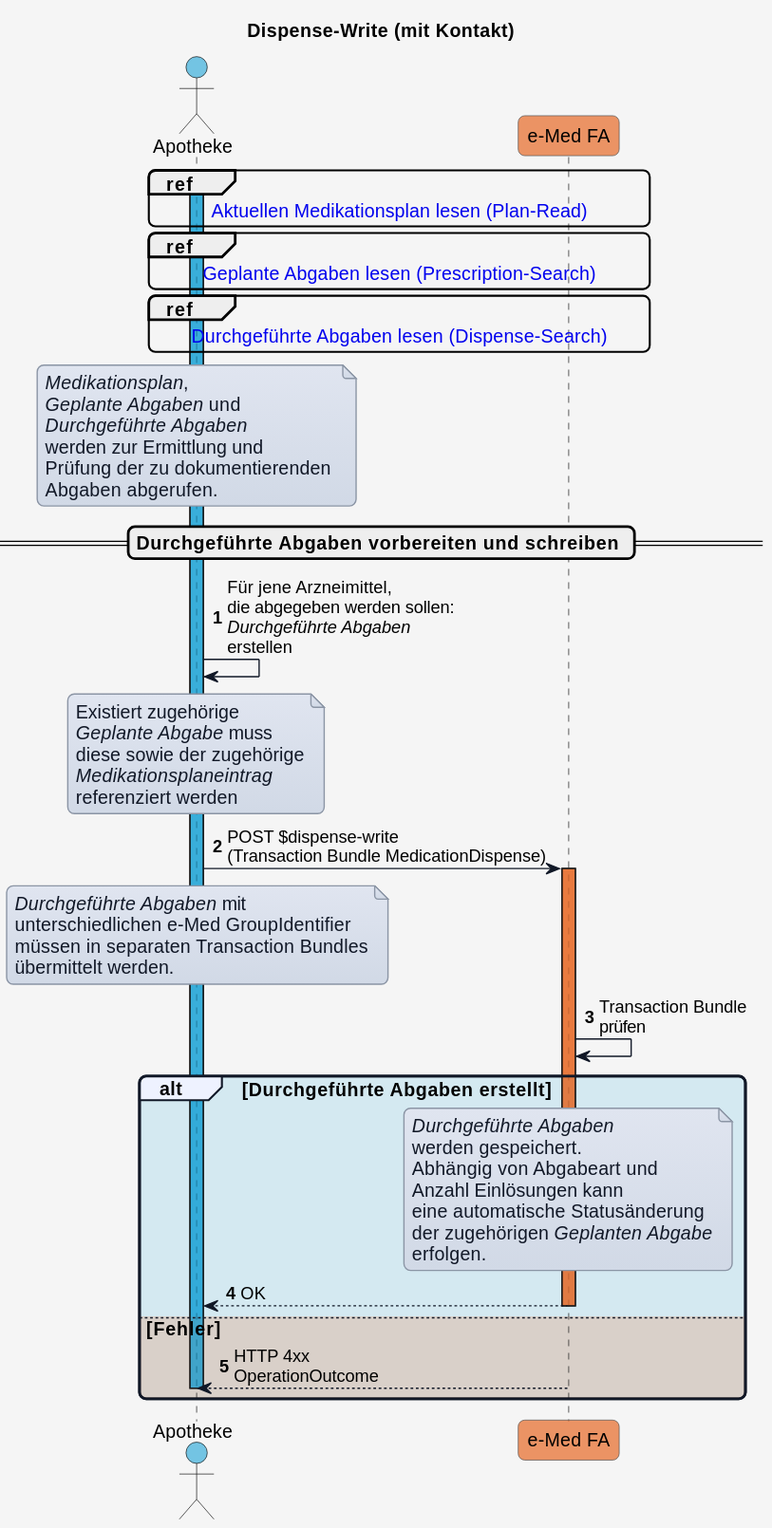
Before: input/images/plantuml/UC_eMed_05_01_a.svg, a diagram exported from PlantUML (HL7Austria/ELGA-e-Medikation-R4). Source of this version:
```plantuml
@startuml
title Dispense-Write (mit Kontakt)


skinparam borderColor #000000
skinparam backgroundColor #f5f5f5
skinparam shadowing false
skinparam roundCorner 10
skinparam defaultFontName "Arial"
skinparam defaultFontSize 14
skinparam defaultFontColor #000000
skinparam HyperlinkColor #0000EE
skinparam HyperlinkUnderline false
skinparam BoxPadding 20
skinparam BoxBorderColor #555555

skinparam note {
  BackgroundColor #e0e5f0-#d1d9e6
  BorderColor #8b95a5
  BorderThickness 1
  RoundCorner 0
  Padding 6
  FontColor #111827
  Shadowing false
}

skinparam sequence {
  ParticipantBorderColor #555555
  ParticipantFontColor #000000
  ParticipantFontSize 14
  ParticipantPadding 20
  ArrowColor #111827
  ArrowThickness 1
  ArrowFontColor #000000
  ArrowFontSize 13
  GroupBorderColor #111827
  GroupBackgroundColor #eef2ff
  GroupBorderThickness 2
}

!define COLOR_GDA_1    #15608280
!define COLOR_GDA_2    #96607D80
!define COLOR_PATIENT  #196B2480
!define COLOR_APO      #0F9ED590
!define COLOR_EMED_FA  #e97232bd
!define COLOR_E_REZEPT #cd3732a9

!define COLOR_OK       #0F9ED525
!define COLOR_ERROR    #E9713235

actor GDA_Apo as "Apotheke" COLOR_APO
participant eMed_FA as "e-Med FA" COLOR_EMED_FA

autonumber


activate GDA_Apo COLOR_APO

ref over GDA_Apo, eMed_FA: [[Sub_UC_eMed_01.html#sub_uc_emed_01_01---aktuellen-medikationsplan-lesen-plan-read Aktuellen Medikationsplan lesen (Plan-Read)]]
ref over GDA_Apo, eMed_FA: [[Sub_UC_eMed_03.html#sub_uc_emed_03_01---geplante-abgaben-lesen-prescription-search Geplante Abgaben lesen (Prescription-Search)]]
ref over GDA_Apo, eMed_FA: [[Sub_UC_eMed_03.html#sub_uc_emed_03_02---durchgeführte-abgaben-lesen-dispense-search Durchgeführte Abgaben lesen (Dispense-Search)]]

note over GDA_Apo
<i>Medikationsplan</i>,
<i>Geplante Abgaben</i> und
<i>Durchgeführte Abgaben</i>
werden zur Ermittlung und
Prüfung der zu dokumentierenden
Abgaben abgerufen.
end note

== Durchgeführte Abgaben vorbereiten und schreiben ==

GDA_Apo -> GDA_Apo: Für jene Arzneimittel,\ndie abgegeben werden sollen:\n<i>Durchgeführte Abgaben</i>\nerstellen

note over GDA_Apo
Existiert zugehörige
<i>Geplante Abgabe</i> muss
diese sowie der zugehörige
<i>Medikationsplaneintrag</i>
referenziert werden
end note

GDA_Apo -> eMed_FA: POST $dispense-write\n(Transaction Bundle MedicationDispense)
activate eMed_FA COLOR_EMED_FA

note over GDA_Apo
<i>Durchgeführte Abgaben</i> mit
unterschiedlichen e-Med GroupIdentifier
müssen in separaten Transaction Bundles
übermittelt werden.
end note

eMed_FA -> eMed_FA: Transaction Bundle\nprüfen

alt COLOR_OK Durchgeführte Abgaben erstellt

    note over eMed_FA
    <i>Durchgeführte Abgaben</i>
    werden gespeichert.
    Abhängig von Abgabeart und
    Anzahl Einlösungen kann
    eine automatische Statusänderung
    der zugehörigen <i>Geplanten Abgabe</i>
    erfolgen.
    end note

    eMed_FA --> GDA_Apo: OK
    deactivate eMed_FA

else COLOR_ERROR Fehler

    eMed_FA --> GDA_Apo: HTTP 4xx\nOperationOutcome

    deactivate eMed_FA
    deactivate GDA_Apo

end
@enduml
```
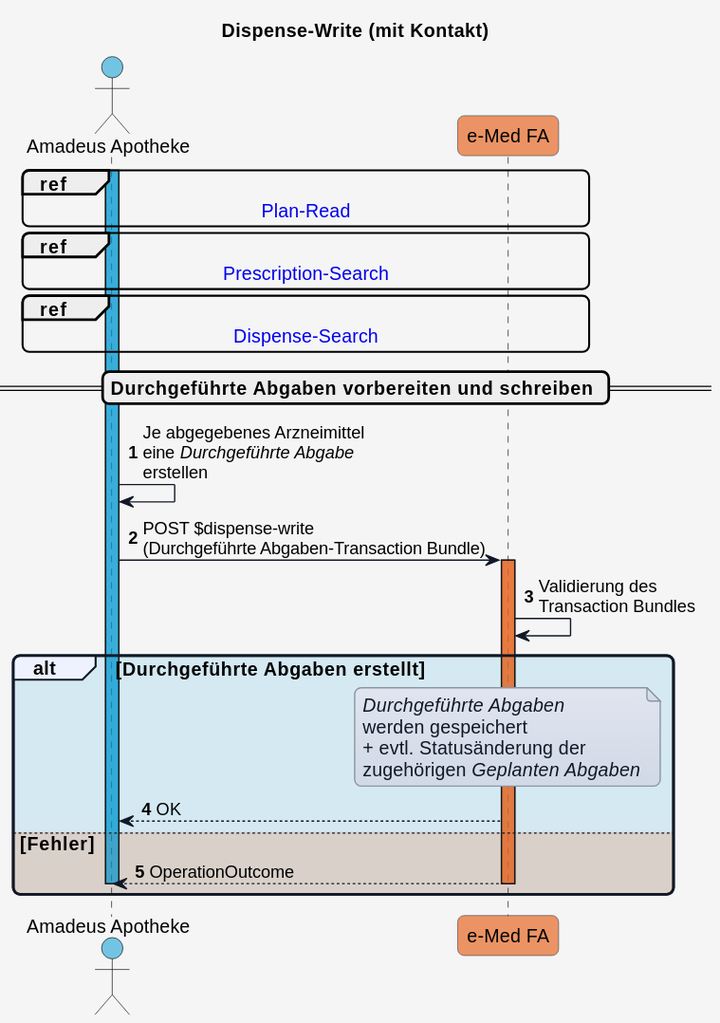
The same diagram one commit later.

Diff of the diagram source:
```diff
@@ -48,7 +48,7 @@
 !define COLOR_OK       #0F9ED525
 !define COLOR_ERROR    #E9713235
 
-actor GDA_Apo as "Apotheke" COLOR_APO
+actor GDA_Apo as "Amadeus Apotheke" COLOR_APO
 participant eMed_FA as "e-Med FA" COLOR_EMED_FA
 
 autonumber
@@ -56,64 +56,36 @@
 
 activate GDA_Apo COLOR_APO
 
-ref over GDA_Apo, eMed_FA: [[Sub_UC_eMed_01.html#sub_uc_emed_01_01---aktuellen-medikationsplan-lesen-plan-read Aktuellen Medikationsplan lesen (Plan-Read)]]
-ref over GDA_Apo, eMed_FA: [[Sub_UC_eMed_03.html#sub_uc_emed_03_01---geplante-abgaben-lesen-prescription-search Geplante Abgaben lesen (Prescription-Search)]]
-ref over GDA_Apo, eMed_FA: [[Sub_UC_eMed_03.html#sub_uc_emed_03_02---durchgeführte-abgaben-lesen-dispense-search Durchgeführte Abgaben lesen (Dispense-Search)]]
-
-note over GDA_Apo
-<i>Medikationsplan</i>,
-<i>Geplante Abgaben</i> und
-<i>Durchgeführte Abgaben</i>
-werden zur Ermittlung und
-Prüfung der zu dokumentierenden
-Abgaben abgerufen.
-end note
+ref over GDA_Apo, eMed_FA: [[Sub_UC_eMed_01.html#sub_uc_emed_01_01---aktuellen-medikationsplan-lesen-plan-read Plan-Read]]
+ref over GDA_Apo, eMed_FA: [[Sub_UC_eMed_03.html#sub_uc_emed_03_01---geplante-abgaben-lesen-prescription-search Prescription-Search]]
+ref over GDA_Apo, eMed_FA: [[Sub_UC_eMed_03.html#sub_uc_emed_03_02---durchgeführte-abgaben-lesen-dispense-search Dispense-Search]]
 
 == Durchgeführte Abgaben vorbereiten und schreiben ==
 
-GDA_Apo -> GDA_Apo: Für jene Arzneimittel,\ndie abgegeben werden sollen:\n<i>Durchgeführte Abgaben</i>\nerstellen
+GDA_Apo -> GDA_Apo: Je abgegebenes Arzneimittel\neine <i>Durchgeführte Abgabe</i>\nerstellen
 
-note over GDA_Apo
-Existiert zugehörige
-<i>Geplante Abgabe</i> muss
-diese sowie der zugehörige
-<i>Medikationsplaneintrag</i>
-referenziert werden
-end note
-
-GDA_Apo -> eMed_FA: POST $dispense-write\n(Transaction Bundle MedicationDispense)
+GDA_Apo -> eMed_FA: POST $dispense-write\n(Durchgeführte Abgaben-Transaction Bundle)
 activate eMed_FA COLOR_EMED_FA
 
-note over GDA_Apo
-<i>Durchgeführte Abgaben</i> mit
-unterschiedlichen e-Med GroupIdentifier
-müssen in separaten Transaction Bundles
-übermittelt werden.
-end note
 
-eMed_FA -> eMed_FA: Transaction Bundle\nprüfen
+eMed_FA -> eMed_FA: Validierung des\nTransaction Bundles
 
 alt COLOR_OK Durchgeführte Abgaben erstellt
 
     note over eMed_FA
     <i>Durchgeführte Abgaben</i>
-    werden gespeichert.
-    Abhängig von Abgabeart und
-    Anzahl Einlösungen kann
-    eine automatische Statusänderung
-    der zugehörigen <i>Geplanten Abgabe</i>
-    erfolgen.
+    werden gespeichert
+    + evtl. Statusänderung der
+    zugehörigen <i>Geplanten Abgaben</i>
     end note
 
     eMed_FA --> GDA_Apo: OK
-    deactivate eMed_FA
+
 
 else COLOR_ERROR Fehler
-
-    eMed_FA --> GDA_Apo: HTTP 4xx\nOperationOutcome
-
+    eMed_FA --> GDA_Apo: OperationOutcome
+    deactivate GDA_Apo
     deactivate eMed_FA
-    deactivate GDA_Apo
 
 end
 @enduml
```
